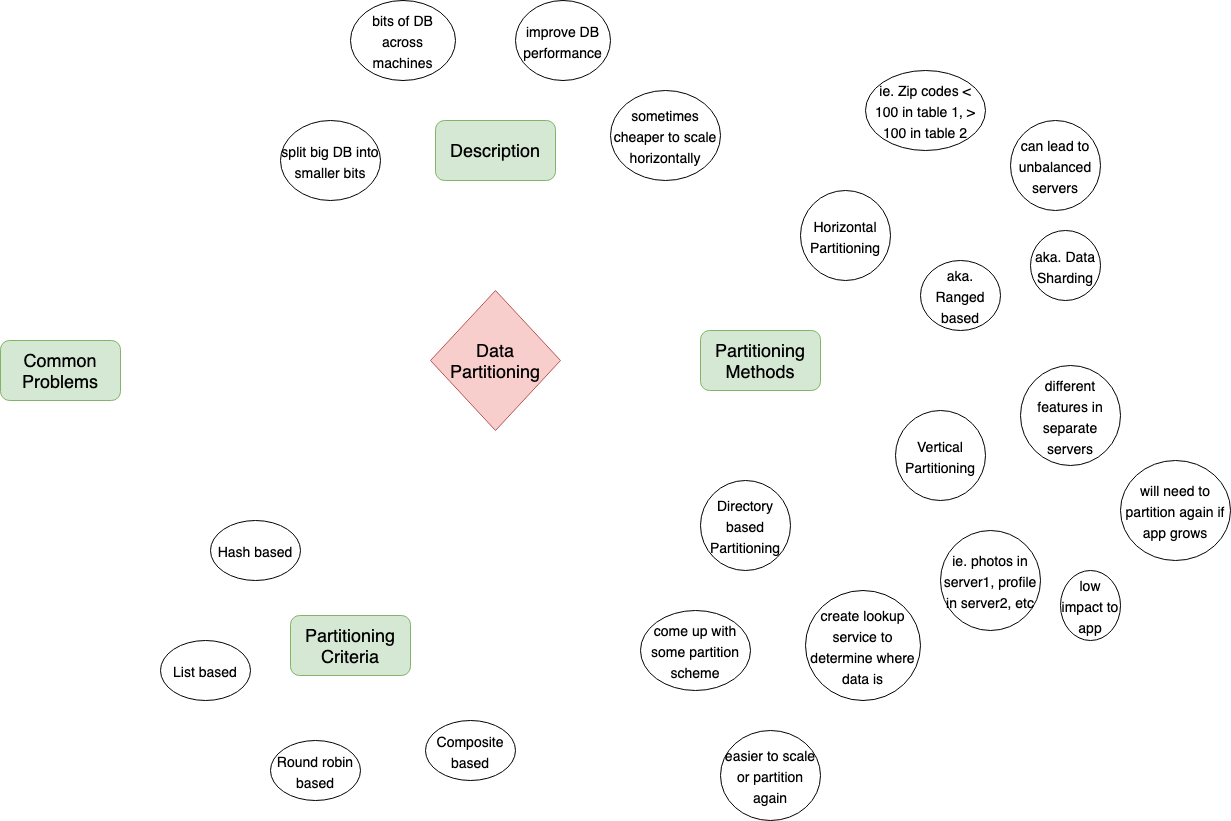
This is data_partitioning.png from jessica-hsu/grokking_systems_design_practice, a draw.io export, as it was before one commit. Source tidied: cells renumbered, new cells last; positions are measured from the earlier drawing's top-left corner, leaving out a move shared by most shapes. Its diagram source:
```xml
<mxGraphModel>
  <root>
    <mxCell id="0" />
    <mxCell id="1" parent="0" />
    <mxCell id="2" value="&lt;font style=&quot;font-size: 18px&quot;&gt;Data Partitioning&lt;/font&gt;" style="rhombus;whiteSpace=wrap;html=1;fillColor=#f8cecc;strokeColor=#b85450;" parent="1" vertex="1">
      <mxGeometry x="430" y="290" width="130" height="140" as="geometry" />
    </mxCell>
    <mxCell id="3" value="Description" style="rounded=1;whiteSpace=wrap;html=1;fontSize=18;fillColor=#d5e8d4;strokeColor=#82b366;" parent="1" vertex="1">
      <mxGeometry x="435" y="120" width="120" height="60" as="geometry" />
    </mxCell>
    <mxCell id="4" value="Partitioning Methods" style="rounded=1;whiteSpace=wrap;html=1;fontSize=18;fillColor=#d5e8d4;strokeColor=#82b366;" parent="1" vertex="1">
      <mxGeometry x="700" y="330" width="120" height="60" as="geometry" />
    </mxCell>
    <mxCell id="5" value="Partitioning Criteria" style="rounded=1;whiteSpace=wrap;html=1;fontSize=18;fillColor=#d5e8d4;strokeColor=#82b366;" parent="1" vertex="1">
      <mxGeometry x="290" y="615" width="120" height="60" as="geometry" />
    </mxCell>
    <mxCell id="6" value="Common Problems" style="rounded=1;whiteSpace=wrap;html=1;fontSize=18;fillColor=#d5e8d4;strokeColor=#82b366;" parent="1" vertex="1">
      <mxGeometry y="340" width="120" height="60" as="geometry" />
    </mxCell>
    <mxCell id="7" value="&lt;font style=&quot;font-size: 14px&quot;&gt;split big DB into smaller bits&lt;/font&gt;" style="ellipse;whiteSpace=wrap;html=1;fontSize=18;" parent="1" vertex="1">
      <mxGeometry x="280" y="120" width="100" height="80" as="geometry" />
    </mxCell>
    <mxCell id="8" value="&lt;font style=&quot;font-size: 14px&quot;&gt;bits of DB across machines&lt;/font&gt;" style="ellipse;whiteSpace=wrap;html=1;fontSize=18;" parent="1" vertex="1">
      <mxGeometry x="350" width="105" height="80" as="geometry" />
    </mxCell>
    <mxCell id="9" value="&lt;font style=&quot;font-size: 14px&quot;&gt;improve DB performance&lt;/font&gt;" style="ellipse;whiteSpace=wrap;html=1;fontSize=18;" parent="1" vertex="1">
      <mxGeometry x="515" width="95" height="80" as="geometry" />
    </mxCell>
    <mxCell id="10" value="&lt;font style=&quot;font-size: 14px&quot;&gt;sometimes cheaper to scale horizontally&lt;/font&gt;" style="ellipse;whiteSpace=wrap;html=1;fontSize=18;" parent="1" vertex="1">
      <mxGeometry x="610" y="90" width="110" height="90" as="geometry" />
    </mxCell>
    <mxCell id="11" value="&lt;font style=&quot;font-size: 14px&quot;&gt;Horizontal Partitioning&lt;/font&gt;" style="ellipse;whiteSpace=wrap;html=1;fontSize=18;" parent="1" vertex="1">
      <mxGeometry x="800" y="190" width="90" height="90" as="geometry" />
    </mxCell>
    <mxCell id="12" value="&lt;font style=&quot;font-size: 14px&quot;&gt;Vertical Partitioning&lt;/font&gt;" style="ellipse;whiteSpace=wrap;html=1;fontSize=18;" parent="1" vertex="1">
      <mxGeometry x="895" y="410" width="90" height="90" as="geometry" />
    </mxCell>
    <mxCell id="13" value="&lt;font style=&quot;font-size: 14px&quot;&gt;Directory based Partitioning&lt;/font&gt;" style="ellipse;whiteSpace=wrap;html=1;fontSize=18;" parent="1" vertex="1">
      <mxGeometry x="700" y="480" width="90" height="90" as="geometry" />
    </mxCell>
    <mxCell id="14" value="&lt;font style=&quot;font-size: 14px&quot;&gt;aka. Ranged based&lt;/font&gt;" style="ellipse;whiteSpace=wrap;html=1;fontSize=18;" parent="1" vertex="1">
      <mxGeometry x="920" y="260" width="80" height="70" as="geometry" />
    </mxCell>
    <mxCell id="15" value="&lt;font style=&quot;font-size: 14px&quot;&gt;aka. Data Sharding&lt;/font&gt;" style="ellipse;whiteSpace=wrap;html=1;fontSize=18;" parent="1" vertex="1">
      <mxGeometry x="1030" y="230" width="70" height="70" as="geometry" />
    </mxCell>
    <mxCell id="16" value="&lt;font style=&quot;font-size: 14px&quot;&gt;can lead to unbalanced servers&lt;/font&gt;" style="ellipse;whiteSpace=wrap;html=1;fontSize=18;" parent="1" vertex="1">
      <mxGeometry x="1010" y="120" width="90" height="90" as="geometry" />
    </mxCell>
    <mxCell id="17" value="&lt;font style=&quot;font-size: 14px&quot;&gt;ie. Zip codes &amp;lt; 100 in table 1, &amp;gt; 100 in table 2&lt;/font&gt;" style="ellipse;whiteSpace=wrap;html=1;fontSize=18;" parent="1" vertex="1">
      <mxGeometry x="865" y="70" width="120" height="80" as="geometry" />
    </mxCell>
    <mxCell id="18" value="&lt;font style=&quot;font-size: 14px&quot;&gt;different features in separate servers&lt;/font&gt;" style="ellipse;whiteSpace=wrap;html=1;fontSize=18;" parent="1" vertex="1">
      <mxGeometry x="1020" y="365" width="100" height="100" as="geometry" />
    </mxCell>
    <mxCell id="19" value="&lt;font style=&quot;font-size: 14px&quot;&gt;ie. photos in server1, profile in server2, etc&lt;/font&gt;" style="ellipse;whiteSpace=wrap;html=1;fontSize=18;" parent="1" vertex="1">
      <mxGeometry x="940" y="530" width="100" height="100" as="geometry" />
    </mxCell>
    <mxCell id="20" value="&lt;font style=&quot;font-size: 14px&quot;&gt;low impact to app&lt;/font&gt;" style="ellipse;whiteSpace=wrap;html=1;fontSize=18;" parent="1" vertex="1">
      <mxGeometry x="1060" y="570" width="60" height="70" as="geometry" />
    </mxCell>
    <mxCell id="21" value="&lt;span style=&quot;font-size: 14px&quot;&gt;will need to partition again if app grows&lt;/span&gt;" style="ellipse;whiteSpace=wrap;html=1;fontSize=18;" parent="1" vertex="1">
      <mxGeometry x="1120" y="460" width="110" height="100" as="geometry" />
    </mxCell>
    <mxCell id="22" value="&lt;font style=&quot;font-size: 14px&quot;&gt;come up with some partition scheme&lt;/font&gt;" style="ellipse;whiteSpace=wrap;html=1;fontSize=18;" parent="1" vertex="1">
      <mxGeometry x="640" y="610" width="110" height="80" as="geometry" />
    </mxCell>
    <mxCell id="23" value="&lt;font style=&quot;font-size: 14px&quot;&gt;create lookup service to determine where data is&lt;/font&gt;" style="ellipse;whiteSpace=wrap;html=1;fontSize=18;" parent="1" vertex="1">
      <mxGeometry x="805" y="590" width="115" height="110" as="geometry" />
    </mxCell>
    <mxCell id="24" value="&lt;font style=&quot;font-size: 14px&quot;&gt;easier to scale or partition again&lt;/font&gt;" style="ellipse;whiteSpace=wrap;html=1;fontSize=18;" parent="1" vertex="1">
      <mxGeometry x="720" y="730" width="100" height="90" as="geometry" />
    </mxCell>
    <mxCell id="25" value="&lt;font style=&quot;font-size: 14px&quot;&gt;Hash based&lt;/font&gt;" style="ellipse;whiteSpace=wrap;html=1;fontSize=18;" parent="1" vertex="1">
      <mxGeometry x="210" y="520" width="90" height="60" as="geometry" />
    </mxCell>
    <mxCell id="26" value="&lt;font style=&quot;font-size: 14px&quot;&gt;List based&lt;/font&gt;" style="ellipse;whiteSpace=wrap;html=1;fontSize=18;" parent="1" vertex="1">
      <mxGeometry x="160" y="640" width="90" height="60" as="geometry" />
    </mxCell>
    <mxCell id="27" value="&lt;font style=&quot;font-size: 14px&quot;&gt;Round robin based&lt;/font&gt;" style="ellipse;whiteSpace=wrap;html=1;fontSize=18;" parent="1" vertex="1">
      <mxGeometry x="270" y="740" width="90" height="60" as="geometry" />
    </mxCell>
    <mxCell id="28" value="&lt;span style=&quot;font-size: 14px&quot;&gt;Composite based&lt;/span&gt;" style="ellipse;whiteSpace=wrap;html=1;fontSize=18;" parent="1" vertex="1">
      <mxGeometry x="425" y="720" width="90" height="60" as="geometry" />
    </mxCell>
  </root>
</mxGraphModel>
```
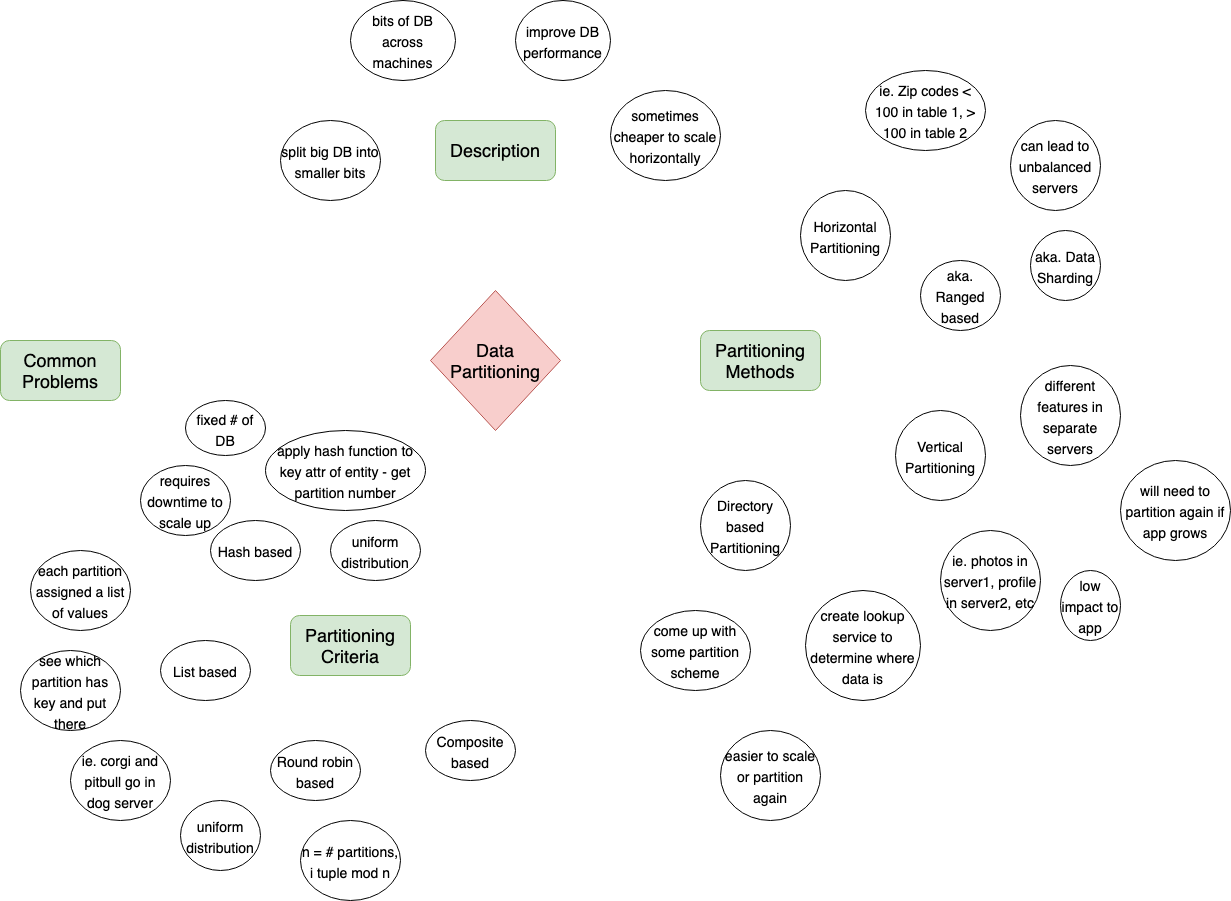
The same diagram one commit later.

What changed in the source:
```diff
@@ -83,5 +83,32 @@
     <mxCell id="28" value="&lt;span style=&quot;font-size: 14px&quot;&gt;Composite based&lt;/span&gt;" style="ellipse;whiteSpace=wrap;html=1;fontSize=18;" parent="1" vertex="1">
       <mxGeometry x="425" y="720" width="90" height="60" as="geometry" />
     </mxCell>
+    <mxCell id="29" value="&lt;font style=&quot;font-size: 14px&quot;&gt;apply hash function to key attr of entity - get partition number&lt;/font&gt;" style="ellipse;whiteSpace=wrap;html=1;fontSize=18;" parent="1" vertex="1">
+      <mxGeometry x="265" y="430" width="160" height="80" as="geometry" />
+    </mxCell>
+    <mxCell id="30" value="&lt;font style=&quot;font-size: 14px&quot;&gt;uniform distribution&lt;/font&gt;" style="ellipse;whiteSpace=wrap;html=1;fontSize=18;" parent="1" vertex="1">
+      <mxGeometry x="330" y="520" width="90" height="60" as="geometry" />
+    </mxCell>
+    <mxCell id="31" value="&lt;font style=&quot;font-size: 14px&quot;&gt;fixed # of DB&lt;/font&gt;" style="ellipse;whiteSpace=wrap;html=1;fontSize=18;" parent="1" vertex="1">
+      <mxGeometry x="185" y="400" width="80" height="55" as="geometry" />
+    </mxCell>
+    <mxCell id="32" value="&lt;font style=&quot;font-size: 14px&quot;&gt;requires downtime to scale up&lt;/font&gt;" style="ellipse;whiteSpace=wrap;html=1;fontSize=18;" parent="1" vertex="1">
+      <mxGeometry x="140" y="465" width="90" height="70" as="geometry" />
+    </mxCell>
+    <mxCell id="33" value="&lt;font style=&quot;font-size: 14px&quot;&gt;each partition assigned a list of values&lt;/font&gt;" style="ellipse;whiteSpace=wrap;html=1;fontSize=18;" parent="1" vertex="1">
+      <mxGeometry x="30" y="550" width="100" height="80" as="geometry" />
+    </mxCell>
+    <mxCell id="34" value="&lt;font style=&quot;font-size: 14px&quot;&gt;see which partition has key and put there&lt;/font&gt;" style="ellipse;whiteSpace=wrap;html=1;fontSize=18;" parent="1" vertex="1">
+      <mxGeometry x="20" y="650" width="100" height="80" as="geometry" />
+    </mxCell>
+    <mxCell id="35" value="&lt;font style=&quot;font-size: 14px&quot;&gt;ie. corgi and pitbull go in dog server&lt;/font&gt;" style="ellipse;whiteSpace=wrap;html=1;fontSize=18;" parent="1" vertex="1">
+      <mxGeometry x="70" y="740" width="100" height="80" as="geometry" />
+    </mxCell>
+    <mxCell id="36" value="&lt;font style=&quot;font-size: 14px&quot;&gt;uniform distribution&lt;/font&gt;" style="ellipse;whiteSpace=wrap;html=1;fontSize=18;" parent="1" vertex="1">
+      <mxGeometry x="180" y="800" width="80" height="70" as="geometry" />
+    </mxCell>
+    <mxCell id="37" value="&lt;font style=&quot;font-size: 14px&quot;&gt;n = # partitions, i tuple mod n&lt;/font&gt;" style="ellipse;whiteSpace=wrap;html=1;fontSize=18;" parent="1" vertex="1">
+      <mxGeometry x="300" y="820" width="100" height="80" as="geometry" />
+    </mxCell>
   </root>
 </mxGraphModel>
```
